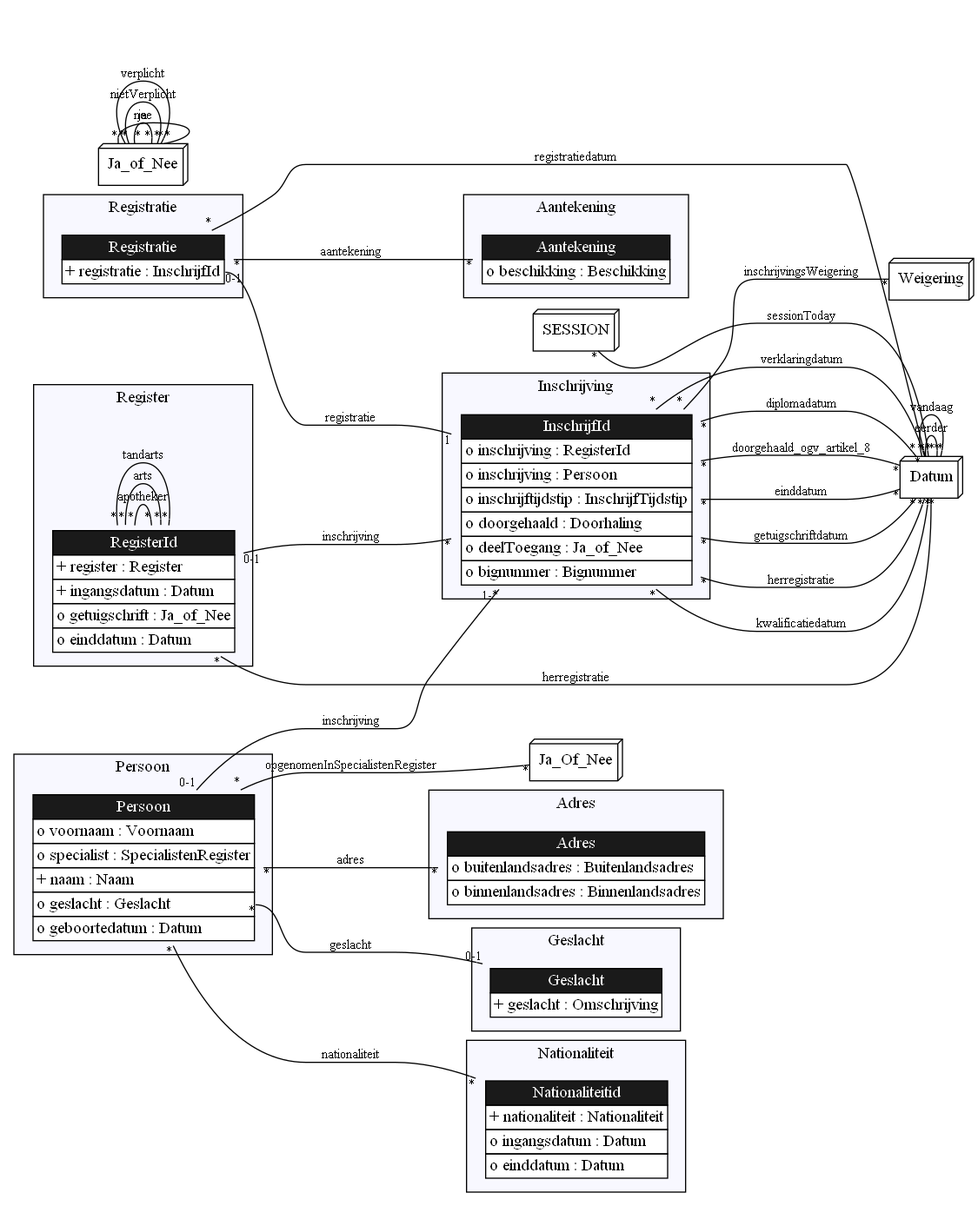
The Graphviz diagram docs/images/LogicalDataModel_Grouped_By_Pattern.png in gedelaar/BIG, before a commit. Its source is kept beside it as docs/images/LogicalDataModel_Grouped_By_Pattern.gv.
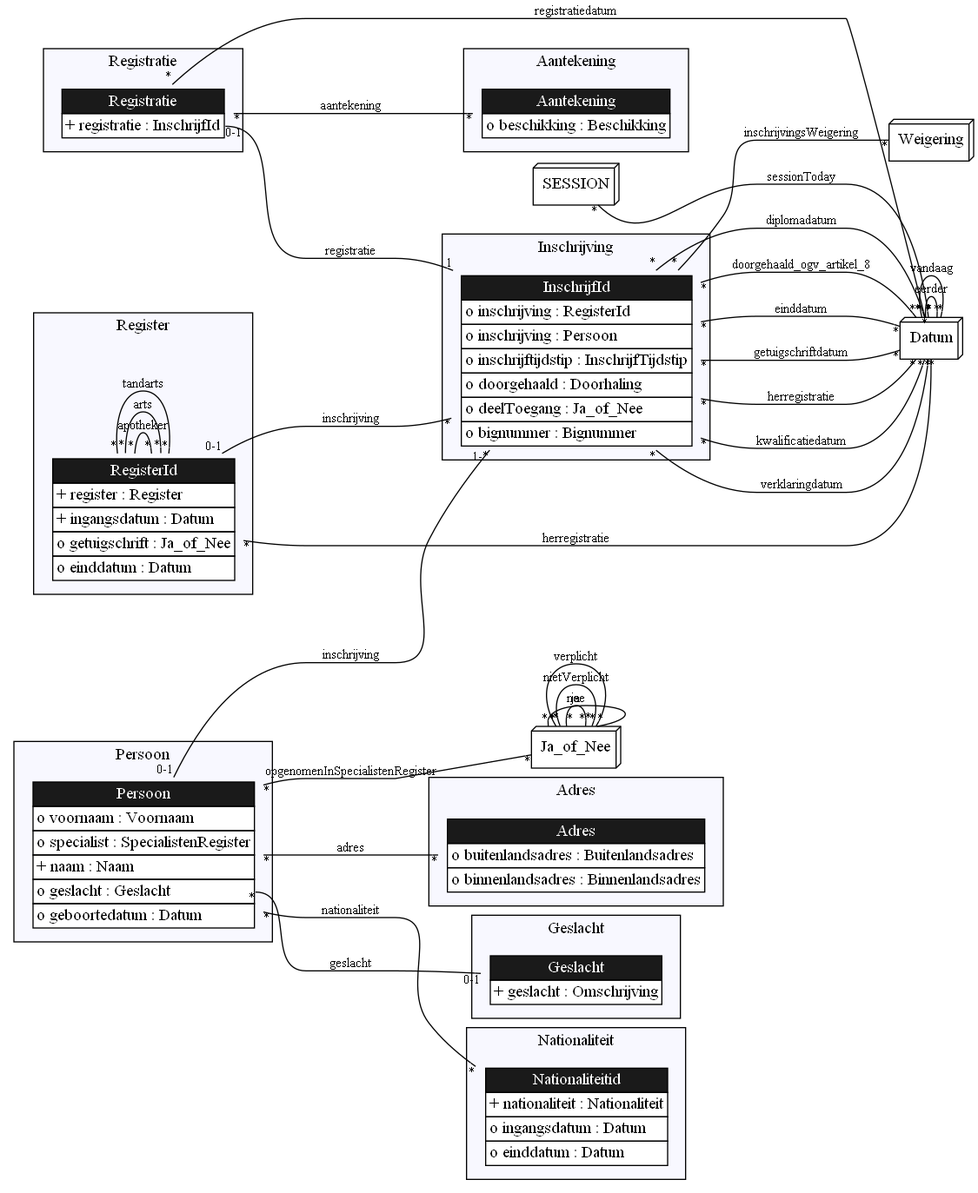
The same diagram one commit later.

Diff of the diagram source:
```diff
@@ -22,20 +22,20 @@
 			label=<<TABLE BGCOLOR="white" COLOR="black" BORDER="0" CELLBORDER="1" CELLSPACING="0"><TR><TD BGCOLOR="gray10" COLOR="black"><FONT COLOR="white">InschrijfId</FONT></TD></TR><TR><TD ALIGN="LEFT" PORT="inschrijving">o inschrijving : RegisterId</TD></TR><TR><TD ALIGN="LEFT" PORT="inschrijving">o inschrijving : Persoon</TD></TR><TR><TD ALIGN="LEFT" PORT="inschrijftijdstip">o inschrijftijdstip : InschrijfTijdstip</TD></TR><TR><TD ALIGN="LEFT" PORT="doorgehaald">o doorgehaald : Doorhaling</TD></TR><TR><TD ALIGN="LEFT" PORT="deelToegang">o deelToegang : Ja_of_Nee</TD></TR><TR><TD ALIGN="LEFT" PORT="bignummer">o bignummer : Bignummer</TD></TR></TABLE>>,
 			shape=plaintext];
 	}
-	subgraph cluster_Persoon {
-		graph [bgcolor=ghostwhite,
-			label=Persoon
-		];
-		Persoon	[color=purple,
-			label=<<TABLE BGCOLOR="white" COLOR="black" BORDER="0" CELLBORDER="1" CELLSPACING="0"><TR><TD BGCOLOR="gray10" COLOR="black"><FONT COLOR="white">Persoon</FONT></TD></TR><TR><TD ALIGN="LEFT" PORT="voornaam">o voornaam : Voornaam</TD></TR><TR><TD ALIGN="LEFT" PORT="specialist">o specialist : SpecialistenRegister</TD></TR><TR><TD ALIGN="LEFT" PORT="naam">+ naam : Naam</TD></TR><TR><TD ALIGN="LEFT" PORT="geslacht">o geslacht : Geslacht</TD></TR><TR><TD ALIGN="LEFT" PORT="geboortedatum">o geboortedatum : Datum</TD></TR></TABLE>>,
-			shape=plaintext];
-	}
 	subgraph cluster_Geslacht {
 		graph [bgcolor=ghostwhite,
 			label=Geslacht
 		];
 		Geslacht	[color=purple,
 			label=<<TABLE BGCOLOR="white" COLOR="black" BORDER="0" CELLBORDER="1" CELLSPACING="0"><TR><TD BGCOLOR="gray10" COLOR="black"><FONT COLOR="white">Geslacht</FONT></TD></TR><TR><TD ALIGN="LEFT" PORT="geslacht">+ geslacht : Omschrijving</TD></TR></TABLE>>,
+			shape=plaintext];
+	}
+	subgraph cluster_Adres {
+		graph [bgcolor=ghostwhite,
+			label=Adres
+		];
+		Adres	[color=purple,
+			label=<<TABLE BGCOLOR="white" COLOR="black" BORDER="0" CELLBORDER="1" CELLSPACING="0"><TR><TD BGCOLOR="gray10" COLOR="black"><FONT COLOR="white">Adres</FONT></TD></TR><TR><TD ALIGN="LEFT" PORT="buitenlandsadres">o buitenlandsadres : Buitenlandsadres</TD></TR><TR><TD ALIGN="LEFT" PORT="binnenlandsadres">o binnenlandsadres : Binnenlandsadres</TD></TR></TABLE>>,
 			shape=plaintext];
 	}
 	subgraph cluster_Register {
@@ -61,12 +61,20 @@
 			labelfloat=true,
 			taillabel="*"];
 	}
-	subgraph cluster_Adres {
+	subgraph cluster_Persoon {
 		graph [bgcolor=ghostwhite,
-			label=Adres
+			label=Persoon
 		];
-		Adres	[color=purple,
-			label=<<TABLE BGCOLOR="white" COLOR="black" BORDER="0" CELLBORDER="1" CELLSPACING="0"><TR><TD BGCOLOR="gray10" COLOR="black"><FONT COLOR="white">Adres</FONT></TD></TR><TR><TD ALIGN="LEFT" PORT="buitenlandsadres">o buitenlandsadres : Buitenlandsadres</TD></TR><TR><TD ALIGN="LEFT" PORT="binnenlandsadres">o binnenlandsadres : Binnenlandsadres</TD></TR></TABLE>>,
+		Persoon	[color=purple,
+			label=<<TABLE BGCOLOR="white" COLOR="black" BORDER="0" CELLBORDER="1" CELLSPACING="0"><TR><TD BGCOLOR="gray10" COLOR="black"><FONT COLOR="white">Persoon</FONT></TD></TR><TR><TD ALIGN="LEFT" PORT="voornaam">o voornaam : Voornaam</TD></TR><TR><TD ALIGN="LEFT" PORT="specialist">o specialist : SpecialistenRegister</TD></TR><TR><TD ALIGN="LEFT" PORT="naam">+ naam : Naam</TD></TR><TR><TD ALIGN="LEFT" PORT="geslacht">o geslacht : Geslacht</TD></TR><TR><TD ALIGN="LEFT" PORT="geboortedatum">o geboortedatum : Datum</TD></TR></TABLE>>,
+			shape=plaintext];
+	}
+	subgraph cluster_Nationaliteit {
+		graph [bgcolor=ghostwhite,
+			label=Nationaliteit
+		];
+		Nationaliteitid	[color=purple,
+			label=<<TABLE BGCOLOR="white" COLOR="black" BORDER="0" CELLBORDER="1" CELLSPACING="0"><TR><TD BGCOLOR="gray10" COLOR="black"><FONT COLOR="white">Nationaliteitid</FONT></TD></TR><TR><TD ALIGN="LEFT" PORT="nationaliteit">+ nationaliteit : Nationaliteit</TD></TR><TR><TD ALIGN="LEFT" PORT="ingangsdatum">o ingangsdatum : Datum</TD></TR><TR><TD ALIGN="LEFT" PORT="einddatum">o einddatum : Datum</TD></TR></TABLE>>,
 			shape=plaintext];
 	}
 	subgraph cluster_Registratie {
@@ -75,14 +83,6 @@
 		];
 		Registratie	[color=purple,
 			label=<<TABLE BGCOLOR="white" COLOR="black" BORDER="0" CELLBORDER="1" CELLSPACING="0"><TR><TD BGCOLOR="gray10" COLOR="black"><FONT COLOR="white">Registratie</FONT></TD></TR><TR><TD ALIGN="LEFT" PORT="registratie">+ registratie : InschrijfId</TD></TR></TABLE>>,
-			shape=plaintext];
-	}
-	subgraph cluster_Nationaliteit {
-		graph [bgcolor=ghostwhite,
-			label=Nationaliteit
-		];
-		Nationaliteitid	[color=purple,
-			label=<<TABLE BGCOLOR="white" COLOR="black" BORDER="0" CELLBORDER="1" CELLSPACING="0"><TR><TD BGCOLOR="gray10" COLOR="black"><FONT COLOR="white">Nationaliteitid</FONT></TD></TR><TR><TD ALIGN="LEFT" PORT="nationaliteit">+ nationaliteit : Nationaliteit</TD></TR><TR><TD ALIGN="LEFT" PORT="ingangsdatum">o ingangsdatum : Datum</TD></TR><TR><TD ALIGN="LEFT" PORT="einddatum">o einddatum : Datum</TD></TR></TABLE>>,
 			shape=plaintext];
 	}
 	Datum	[label=Datum,
@@ -149,9 +149,9 @@
 		label=nationaliteit,
 		labelfloat=true,
 		taillabel="*"];
-	Ja_Of_Nee	[label=Ja_Of_Nee,
+	Ja_of_Nee	[label=Ja_of_Nee,
 		shape=box3d];
-	Persoon:opgenomenInSpecialistenRegister -> Ja_Of_Nee	[arrowhead=onone,
+	Persoon:opgenomenInSpecialistenRegister -> Ja_of_Nee	[arrowhead=onone,
 		headlabel="*",
 		label=opgenomenInSpecialistenRegister,
 		labelfloat=true,
@@ -191,8 +191,6 @@
 		label=vandaag,
 		labelfloat=true,
 		taillabel="*"];
-	Ja_of_Nee	[label=Ja_of_Nee,
-		shape=box3d];
 	Ja_of_Nee:ja -> Ja_of_Nee	[arrowhead=onone,
 		headlabel="*",
 		label=ja,
```
